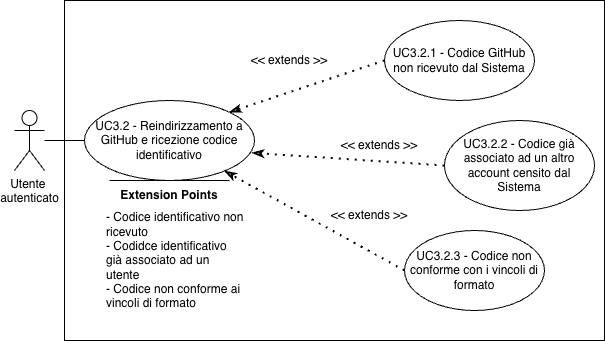
The draw.io diagram assets/diagrams/UC3_2.png in SkarabGroup/DocumentazioneProgetto, before a commit. Source tidied: cells renumbered, new cells last; positions are measured from the earlier drawing's top-left corner, leaving out a move shared by most shapes. Its diagram source:
```xml
<mxGraphModel>
  <root>
    <mxCell id="0" />
    <mxCell id="1" parent="0" />
    <mxCell id="2" style="rounded=0;whiteSpace=wrap;html=1;" parent="1" vertex="1">
      <mxGeometry x="50" width="540" height="340" as="geometry" />
    </mxCell>
    <mxCell id="3" value="Utente&amp;nbsp;&lt;div&gt;autenticato&lt;/div&gt;" style="shape=umlActor;verticalLabelPosition=bottom;verticalAlign=top;html=1;outlineConnect=0;" parent="1" vertex="1">
      <mxGeometry y="110" width="30" height="60" as="geometry" />
    </mxCell>
    <mxCell id="4" value="UC3.2 - Reindirizzamento a GitHub e ricezione codice identificativo" style="ellipse;whiteSpace=wrap;html=1;" parent="1" vertex="1">
      <mxGeometry x="70" y="100" width="170" height="80" as="geometry" />
    </mxCell>
    <mxCell id="5" value="UC3.2.1 - Codice GitHub non ricevuto dal Sistema" style="ellipse;whiteSpace=wrap;html=1;" parent="1" vertex="1">
      <mxGeometry x="370" y="20" width="150" height="80" as="geometry" />
    </mxCell>
    <mxCell id="6" style="endArrow=classicThin;dashed=1;html=1;dashPattern=1 3;strokeWidth=2;rounded=0;entryX=1;entryY=0;entryDx=0;entryDy=0;exitX=0;exitY=0.5;exitDx=0;exitDy=0;endFill=0;startArrow=none;startFill=0;" parent="1" edge="1" source="5" target="4">
      <mxGeometry relative="1" as="geometry" />
    </mxCell>
    <mxCell id="7" style="endArrow=none;html=1;rounded=0;entryX=0;entryY=0.5;entryDx=0;entryDy=0;" parent="1" edge="1" source="3" target="4">
      <mxGeometry relative="1" as="geometry" />
    </mxCell>
    <mxCell id="8" value="&amp;lt;&amp;lt; extends &amp;gt;&amp;gt;" style="text;html=1;whiteSpace=wrap;strokeColor=none;fillColor=none;align=center;verticalAlign=middle;rounded=0;" parent="1" vertex="1">
      <mxGeometry x="230" y="45" width="90" height="30" as="geometry" />
    </mxCell>
    <mxCell id="9" value="&lt;b&gt;Extension Points&lt;/b&gt;" style="text;html=1;whiteSpace=wrap;strokeColor=none;fillColor=none;align=center;verticalAlign=middle;rounded=0;" parent="1" vertex="1">
      <mxGeometry x="95" y="180" width="120" height="30" as="geometry" />
    </mxCell>
    <mxCell id="10" style="endArrow=none;html=1;rounded=0;entryX=1;entryY=0;entryDx=0;entryDy=0;" parent="1" edge="1" target="9">
      <mxGeometry relative="1" as="geometry">
        <mxPoint x="95" y="180" as="sourcePoint" />
      </mxGeometry>
    </mxCell>
    <mxCell id="11" value="- Codice identificativo non ricevuto&lt;div&gt;- Codidce identificativo già associato ad un utente&lt;/div&gt;&lt;div&gt;- Codice non conforme ai vincoli di formato&lt;/div&gt;" style="text;html=1;whiteSpace=wrap;strokeColor=none;fillColor=none;align=left;verticalAlign=middle;rounded=0;" parent="1" vertex="1">
      <mxGeometry x="90" y="210" width="140" height="100" as="geometry" />
    </mxCell>
    <mxCell id="12" value="UC3.2.2 - Codice già associato ad un altro account censito dal Sistema" style="ellipse;whiteSpace=wrap;html=1;" parent="1" vertex="1">
      <mxGeometry x="430" y="120" width="150" height="90" as="geometry" />
    </mxCell>
    <mxCell id="13" style="endArrow=classicThin;dashed=1;html=1;dashPattern=1 3;strokeWidth=2;rounded=0;entryX=0.985;entryY=0.654;entryDx=0;entryDy=0;exitX=0;exitY=0.5;exitDx=0;exitDy=0;endFill=0;startArrow=none;startFill=0;entryPerimeter=0;" parent="1" edge="1" source="12" target="4">
      <mxGeometry relative="1" as="geometry" />
    </mxCell>
    <mxCell id="14" value="&amp;lt;&amp;lt; extends &amp;gt;&amp;gt;" style="text;html=1;whiteSpace=wrap;strokeColor=none;fillColor=none;align=center;verticalAlign=middle;rounded=0;" parent="1" vertex="1">
      <mxGeometry x="320" y="130" width="90" height="30" as="geometry" />
    </mxCell>
    <mxCell id="15" value="UC3.2.3 - Codice non conforme con i vincoli di formato" style="ellipse;whiteSpace=wrap;html=1;" parent="1" vertex="1">
      <mxGeometry x="390" y="230" width="140" height="80" as="geometry" />
    </mxCell>
    <mxCell id="16" style="endArrow=classicThin;dashed=1;html=1;dashPattern=1 3;strokeWidth=2;rounded=0;exitX=0;exitY=0.5;exitDx=0;exitDy=0;endFill=0;startArrow=none;startFill=0;" parent="1" edge="1" source="15" target="4">
      <mxGeometry relative="1" as="geometry" />
    </mxCell>
    <mxCell id="17" value="&amp;lt;&amp;lt; extends &amp;gt;&amp;gt;" style="text;html=1;whiteSpace=wrap;strokeColor=none;fillColor=none;align=center;verticalAlign=middle;rounded=0;" parent="1" vertex="1">
      <mxGeometry x="310" y="200" width="90" height="30" as="geometry" />
    </mxCell>
  </root>
</mxGraphModel>
```
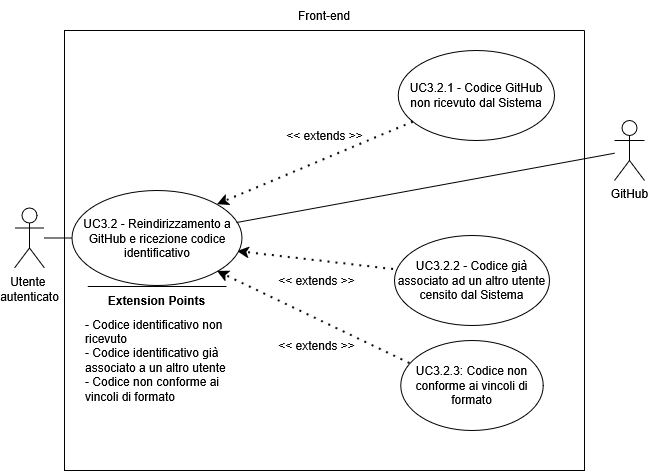
After the change.

Change to the diagram source:
```diff
@@ -2,55 +2,65 @@
   <root>
     <mxCell id="0" />
     <mxCell id="1" parent="0" />
-    <mxCell id="2" style="rounded=0;whiteSpace=wrap;html=1;" parent="1" vertex="1">
-      <mxGeometry x="50" width="540" height="340" as="geometry" />
-    </mxCell>
-    <mxCell id="3" value="Utente&amp;nbsp;&lt;div&gt;autenticato&lt;/div&gt;" style="shape=umlActor;verticalLabelPosition=bottom;verticalAlign=top;html=1;outlineConnect=0;" parent="1" vertex="1">
-      <mxGeometry y="110" width="30" height="60" as="geometry" />
-    </mxCell>
-    <mxCell id="4" value="UC3.2 - Reindirizzamento a GitHub e ricezione codice identificativo" style="ellipse;whiteSpace=wrap;html=1;" parent="1" vertex="1">
-      <mxGeometry x="70" y="100" width="170" height="80" as="geometry" />
-    </mxCell>
+    <mxCell id="18" style="swimlane;startSize=0;" parent="1" vertex="1">
+      <mxGeometry x="50" y="-67.5" width="520" height="440" as="geometry" />
+    </mxCell>
-    <mxCell id="5" value="UC3.2.1 - Codice GitHub non ricevuto dal Sistema" style="ellipse;whiteSpace=wrap;html=1;" parent="1" vertex="1">
-      <mxGeometry x="370" y="20" width="150" height="80" as="geometry" />
+    <mxCell id="5" value="UC3.2.1 - Codice GitHub non ricevuto dal Sistema" style="ellipse;whiteSpace=wrap;html=1;" parent="18" vertex="1">
+      <mxGeometry x="333.8" y="20" width="156.2" height="90" as="geometry" />
     </mxCell>
-    <mxCell id="6" style="endArrow=classicThin;dashed=1;html=1;dashPattern=1 3;strokeWidth=2;rounded=0;entryX=1;entryY=0;entryDx=0;entryDy=0;exitX=0;exitY=0.5;exitDx=0;exitDy=0;endFill=0;startArrow=none;startFill=0;" parent="1" edge="1" source="5" target="4">
+    <mxCell id="6" style="endArrow=classic;dashed=1;html=1;dashPattern=1 3;strokeWidth=2;rounded=0;entryX=1;entryY=0;entryDx=0;entryDy=0;strokeColor=default;curved=0;endFill=1;endSize=6;" parent="18" edge="1" source="5" target="4">
       <mxGeometry relative="1" as="geometry" />
     </mxCell>
+    <mxCell id="19" value="&lt;div&gt;&amp;lt;&amp;lt; extends &amp;gt;&amp;gt;&lt;/div&gt;" style="text;html=1;whiteSpace=wrap;strokeColor=none;fillColor=none;align=center;verticalAlign=middle;rounded=0;" parent="18" vertex="1">
+      <mxGeometry x="212.5" y="90" width="95" height="30" as="geometry" />
+    </mxCell>
+    <mxCell id="20" value="UC3.2.2 - Codice già associato ad un altro utente censito dal Sistema" style="ellipse;whiteSpace=wrap;html=1;" parent="18" vertex="1">
+      <mxGeometry x="330" y="205" width="155" height="90" as="geometry" />
+    </mxCell>
+    <mxCell id="21" style="endArrow=classic;dashed=1;html=1;dashPattern=1 3;strokeWidth=2;rounded=0;exitX=-0.006;exitY=0.378;exitDx=0;exitDy=0;strokeColor=default;curved=0;endFill=1;endSize=6;entryX=0.974;entryY=0.642;entryDx=0;entryDy=0;entryPerimeter=0;exitPerimeter=0;" parent="18" edge="1" source="20" target="4">
+      <mxGeometry relative="1" as="geometry" />
+    </mxCell>
+    <mxCell id="22" value="&amp;lt;&amp;lt; extends &amp;gt;&amp;gt;" style="text;html=1;whiteSpace=wrap;strokeColor=none;fillColor=none;align=center;verticalAlign=middle;rounded=0;" parent="18" vertex="1">
+      <mxGeometry x="205" y="235" width="95" height="30" as="geometry" />
+    </mxCell>
+    <mxCell id="4" value="UC3.2 - Reindirizzamento a GitHub e ricezione codice identificativo" style="ellipse;whiteSpace=wrap;html=1;" parent="18" vertex="1">
+      <mxGeometry x="7.5" y="160" width="170" height="95" as="geometry" />
+    </mxCell>
+    <mxCell id="23" style="endArrow=none;html=1;rounded=0;" parent="18" edge="1">
+      <mxGeometry relative="1" as="geometry">
+        <mxPoint x="162" y="256" as="sourcePoint" />
+        <mxPoint x="23.2" y="256" as="targetPoint" />
+      </mxGeometry>
+    </mxCell>
+    <mxCell id="9" value="&lt;b&gt;Extension Points&lt;/b&gt;" style="text;html=1;whiteSpace=wrap;strokeColor=none;fillColor=none;align=center;verticalAlign=middle;rounded=0;strokeWidth=5;" parent="18" vertex="1">
+      <mxGeometry x="35" y="255" width="115" height="30" as="geometry" />
+    </mxCell>
+    <mxCell id="24" value="&lt;div align=&quot;left&quot;&gt;- Codice identificativo non ricevuto&lt;/div&gt;&lt;div align=&quot;left&quot;&gt;- Codice identificativo già associato a un altro utente&lt;/div&gt;&lt;div align=&quot;left&quot;&gt;- Codice non conforme ai vincoli di formato&lt;/div&gt;" style="text;html=1;whiteSpace=wrap;strokeColor=none;fillColor=none;align=left;verticalAlign=middle;rounded=0;" parent="18" vertex="1">
+      <mxGeometry x="19" y="280" width="147" height="100" as="geometry" />
+    </mxCell>
+    <mxCell id="25" value="UC3.2.3: Codice non conforme ai vincoli di formato" style="ellipse;whiteSpace=wrap;html=1;" parent="18" vertex="1">
+      <mxGeometry x="336.2" y="310" width="142.5" height="90" as="geometry" />
+    </mxCell>
+    <mxCell id="26" style="endArrow=classic;dashed=1;html=1;dashPattern=1 3;strokeWidth=2;rounded=0;entryX=1;entryY=1;entryDx=0;entryDy=0;exitX=0.065;exitY=0.256;exitDx=0;exitDy=0;strokeColor=default;curved=0;endFill=1;endSize=6;exitPerimeter=0;" parent="18" edge="1" source="25" target="4">
+      <mxGeometry relative="1" as="geometry" />
+    </mxCell>
+    <mxCell id="27" value="&amp;lt;&amp;lt; extends &amp;gt;&amp;gt;" style="text;html=1;whiteSpace=wrap;strokeColor=none;fillColor=none;align=center;verticalAlign=middle;rounded=0;" parent="18" vertex="1">
+      <mxGeometry x="205" y="300" width="95" height="30" as="geometry" />
+    </mxCell>
+    <mxCell id="28" value="Front-end" style="text;html=1;whiteSpace=wrap;strokeColor=none;fillColor=none;align=center;verticalAlign=middle;rounded=0;" parent="1" vertex="1">
+      <mxGeometry x="280" y="-97.5" width="60" height="30" as="geometry" />
+    </mxCell>
+    <mxCell id="3" value="&lt;div&gt;Utente&amp;nbsp;&lt;/div&gt;&lt;div&gt;autenticato&lt;/div&gt;" style="shape=umlActor;verticalLabelPosition=bottom;verticalAlign=top;html=1;outlineConnect=0;" parent="1" vertex="1">
+      <mxGeometry y="110" width="30" height="60" as="geometry" />
+    </mxCell>
     <mxCell id="7" style="endArrow=none;html=1;rounded=0;entryX=0;entryY=0.5;entryDx=0;entryDy=0;" parent="1" edge="1" source="3" target="4">
       <mxGeometry relative="1" as="geometry" />
     </mxCell>
-    <mxCell id="8" value="&amp;lt;&amp;lt; extends &amp;gt;&amp;gt;" style="text;html=1;whiteSpace=wrap;strokeColor=none;fillColor=none;align=center;verticalAlign=middle;rounded=0;" parent="1" vertex="1">
-      <mxGeometry x="230" y="45" width="90" height="30" as="geometry" />
-    </mxCell>
-    <mxCell id="9" value="&lt;b&gt;Extension Points&lt;/b&gt;" style="text;html=1;whiteSpace=wrap;strokeColor=none;fillColor=none;align=center;verticalAlign=middle;rounded=0;" parent="1" vertex="1">
-      <mxGeometry x="95" y="180" width="120" height="30" as="geometry" />
-    </mxCell>
-    <mxCell id="10" style="endArrow=none;html=1;rounded=0;entryX=1;entryY=0;entryDx=0;entryDy=0;" parent="1" edge="1" target="9">
-      <mxGeometry relative="1" as="geometry">
-        <mxPoint x="95" y="180" as="sourcePoint" />
-      </mxGeometry>
-    </mxCell>
-    <mxCell id="11" value="- Codice identificativo non ricevuto&lt;div&gt;- Codidce identificativo già associato ad un utente&lt;/div&gt;&lt;div&gt;- Codice non conforme ai vincoli di formato&lt;/div&gt;" style="text;html=1;whiteSpace=wrap;strokeColor=none;fillColor=none;align=left;verticalAlign=middle;rounded=0;" parent="1" vertex="1">
-      <mxGeometry x="90" y="210" width="140" height="100" as="geometry" />
-    </mxCell>
-    <mxCell id="12" value="UC3.2.2 - Codice già associato ad un altro account censito dal Sistema" style="ellipse;whiteSpace=wrap;html=1;" parent="1" vertex="1">
-      <mxGeometry x="430" y="120" width="150" height="90" as="geometry" />
-    </mxCell>
-    <mxCell id="13" style="endArrow=classicThin;dashed=1;html=1;dashPattern=1 3;strokeWidth=2;rounded=0;entryX=0.985;entryY=0.654;entryDx=0;entryDy=0;exitX=0;exitY=0.5;exitDx=0;exitDy=0;endFill=0;startArrow=none;startFill=0;entryPerimeter=0;" parent="1" edge="1" source="12" target="4">
-      <mxGeometry relative="1" as="geometry" />
-    </mxCell>
-    <mxCell id="14" value="&amp;lt;&amp;lt; extends &amp;gt;&amp;gt;" style="text;html=1;whiteSpace=wrap;strokeColor=none;fillColor=none;align=center;verticalAlign=middle;rounded=0;" parent="1" vertex="1">
-      <mxGeometry x="320" y="130" width="90" height="30" as="geometry" />
-    </mxCell>
-    <mxCell id="15" value="UC3.2.3 - Codice non conforme con i vincoli di formato" style="ellipse;whiteSpace=wrap;html=1;" parent="1" vertex="1">
-      <mxGeometry x="390" y="230" width="140" height="80" as="geometry" />
-    </mxCell>
-    <mxCell id="16" style="endArrow=classicThin;dashed=1;html=1;dashPattern=1 3;strokeWidth=2;rounded=0;exitX=0;exitY=0.5;exitDx=0;exitDy=0;endFill=0;startArrow=none;startFill=0;" parent="1" edge="1" source="15" target="4">
-      <mxGeometry relative="1" as="geometry" />
-    </mxCell>
-    <mxCell id="17" value="&amp;lt;&amp;lt; extends &amp;gt;&amp;gt;" style="text;html=1;whiteSpace=wrap;strokeColor=none;fillColor=none;align=center;verticalAlign=middle;rounded=0;" parent="1" vertex="1">
-      <mxGeometry x="310" y="200" width="90" height="30" as="geometry" />
-    </mxCell>
+    <mxCell id="29" value="GitHub" style="shape=umlActor;verticalLabelPosition=bottom;verticalAlign=top;html=1;outlineConnect=0;" parent="1" vertex="1">
+      <mxGeometry x="600" y="22.5" width="30" height="60" as="geometry" />
+    </mxCell>
+    <mxCell id="30" style="endArrow=none;html=1;rounded=0;exitX=0.968;exitY=0.337;exitDx=0;exitDy=0;exitPerimeter=0;" parent="1" edge="1" source="4" target="29">
+      <mxGeometry relative="1" as="geometry" />
+    </mxCell>
   </root>
 </mxGraphModel>
```
